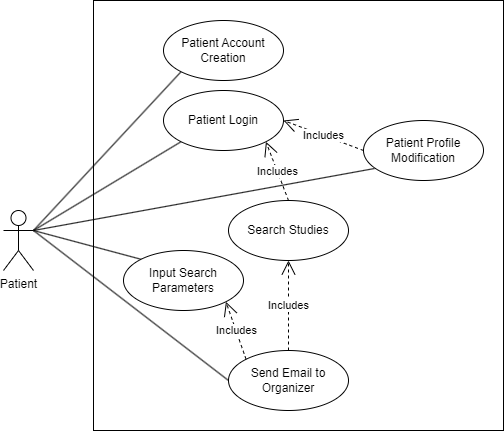
Before: docs/SRS/images/PatientUseCase.png, a diagram exported from draw.io (davimang/REACH). Source tidied: cells renumbered, new cells last; positions are measured from the earlier drawing's top-left corner, leaving out a move shared by most shapes.
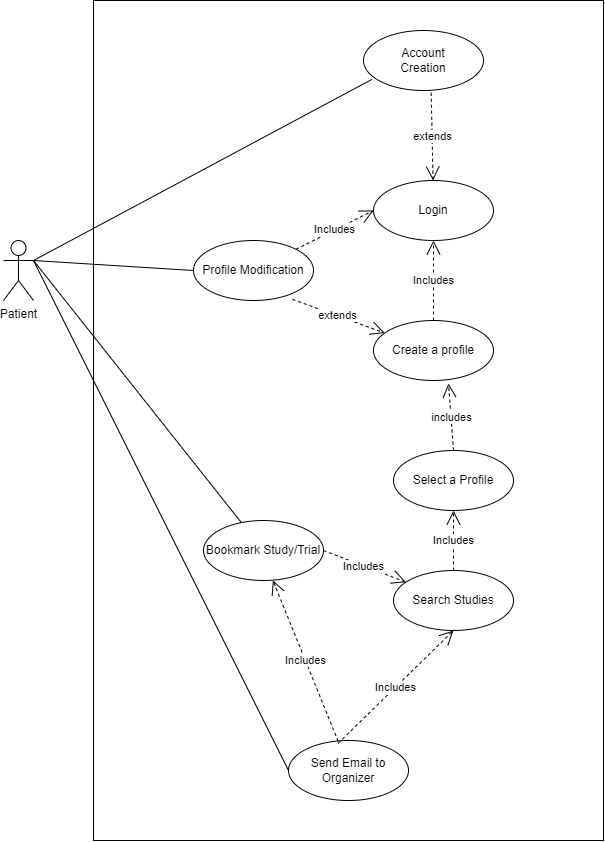
The same diagram one commit later.

Change to the diagram source:
```diff
@@ -3,55 +3,75 @@
     <mxCell id="0" />
     <mxCell id="1" parent="0" />
     <mxCell id="2" style="rounded=0;whiteSpace=wrap;html=1;" parent="1" vertex="1">
-      <mxGeometry x="90" width="410" height="430" as="geometry" />
+      <mxGeometry x="90" y="-30" width="510" height="840" as="geometry" />
     </mxCell>
-    <mxCell id="3" style="rounded=0;jettySize=auto;html=1;exitX=1;exitY=0.3333333333333333;exitDx=0;exitDy=0;exitPerimeter=0;entryX=0;entryY=1;entryDx=0;entryDy=0;endArrow=none;endFill=0;" parent="1" edge="1" source="8" target="9">
-      <mxGeometry relative="1" as="geometry" />
-    </mxCell>
-    <mxCell id="4" style="rounded=0;jettySize=auto;html=1;exitX=1;exitY=0.3333333333333333;exitDx=0;exitDy=0;exitPerimeter=0;entryX=0.092;entryY=0.8;entryDx=0;entryDy=0;endArrow=none;endFill=0;entryPerimeter=0;" parent="1" edge="1" source="8" target="14">
-      <mxGeometry relative="1" as="geometry" />
-    </mxCell>
-    <mxCell id="5" style="rounded=0;jettySize=auto;html=1;exitX=1;exitY=0.3333333333333333;exitDx=0;exitDy=0;exitPerimeter=0;entryX=0;entryY=1;entryDx=0;entryDy=0;endArrow=none;endFill=0;" parent="1" edge="1" source="8" target="10">
+    <mxCell id="5" style="rounded=0;jettySize=auto;html=1;exitX=1;exitY=0.3333333333333333;exitDx=0;exitDy=0;exitPerimeter=0;entryX=0;entryY=0.5;entryDx=0;entryDy=0;endArrow=none;endFill=0;" parent="1" edge="1" source="8" target="14">
       <mxGeometry relative="1" as="geometry" />
     </mxCell>
-    <mxCell id="6" style="rounded=0;jettySize=auto;html=1;exitX=1;exitY=0.3333333333333333;exitDx=0;exitDy=0;exitPerimeter=0;entryX=0;entryY=0;entryDx=0;entryDy=0;endArrow=none;endFill=0;" parent="1" edge="1" source="8" target="11">
-      <mxGeometry relative="1" as="geometry" />
-    </mxCell>
-    <mxCell id="7" style="rounded=0;jettySize=auto;html=1;exitX=1;exitY=0.3333333333333333;exitDx=0;exitDy=0;exitPerimeter=0;entryX=0;entryY=0.5;entryDx=0;entryDy=0;endArrow=none;endFill=0;" parent="1" edge="1" source="8" target="13">
-      <mxGeometry relative="1" as="geometry" />
-    </mxCell>
     <mxCell id="8" value="Patient" style="shape=umlActor;verticalLabelPosition=bottom;verticalAlign=top;html=1;outlineConnect=0;" parent="1" vertex="1">
       <mxGeometry y="210" width="30" height="60" as="geometry" />
     </mxCell>
-    <mxCell id="9" value="Patient Account&lt;br&gt;Creation" style="ellipse;whiteSpace=wrap;html=1;" parent="1" vertex="1">
-      <mxGeometry x="160" y="20" width="120" height="60" as="geometry" />
+    <mxCell id="9" value="Account&lt;br&gt;Creation" style="ellipse;whiteSpace=wrap;html=1;" parent="1" vertex="1">
+      <mxGeometry x="360" width="120" height="60" as="geometry" />
     </mxCell>
-    <mxCell id="10" value="Patient Login" style="ellipse;whiteSpace=wrap;html=1;" parent="1" vertex="1">
-      <mxGeometry x="160" y="90" width="120" height="60" as="geometry" />
+    <mxCell id="10" value="Login" style="ellipse;whiteSpace=wrap;html=1;" parent="1" vertex="1">
+      <mxGeometry x="370" y="150" width="120" height="60" as="geometry" />
     </mxCell>
-    <mxCell id="11" value="Input Search Parameters" style="ellipse;whiteSpace=wrap;html=1;" parent="1" vertex="1">
-      <mxGeometry x="120" y="250" width="120" height="60" as="geometry" />
-    </mxCell>
     <mxCell id="12" value="Search Studies" style="ellipse;whiteSpace=wrap;html=1;" parent="1" vertex="1">
-      <mxGeometry x="225" y="200" width="120" height="60" as="geometry" />
+      <mxGeometry x="390" y="540" width="120" height="60" as="geometry" />
     </mxCell>
     <mxCell id="13" value="Send Email to Organizer" style="ellipse;whiteSpace=wrap;html=1;" parent="1" vertex="1">
-      <mxGeometry x="225" y="350" width="120" height="60" as="geometry" />
+      <mxGeometry x="285" y="710" width="120" height="60" as="geometry" />
     </mxCell>
-    <mxCell id="14" value="Patient Profile Modification" style="ellipse;whiteSpace=wrap;html=1;" parent="1" vertex="1">
-      <mxGeometry x="360" y="120" width="120" height="60" as="geometry" />
+    <mxCell id="14" value="Profile Modification" style="ellipse;whiteSpace=wrap;html=1;" parent="1" vertex="1">
+      <mxGeometry x="190" y="210" width="120" height="60" as="geometry" />
     </mxCell>
-    <mxCell id="15" value="Includes" style="endArrow=open;endSize=12;dashed=1;html=1;rounded=0;exitX=0;exitY=0.5;exitDx=0;exitDy=0;entryX=1;entryY=0.5;entryDx=0;entryDy=0;" parent="1" edge="1" source="14" target="10">
+    <mxCell id="15" value="Includes" style="endArrow=open;endSize=12;dashed=1;html=1;rounded=0;exitX=1;exitY=0;exitDx=0;exitDy=0;entryX=0;entryY=0.5;entryDx=0;entryDy=0;" parent="1" edge="1" source="14" target="10">
       <mxGeometry relative="1" as="geometry" />
     </mxCell>
-    <mxCell id="16" value="Includes" style="endArrow=open;endSize=12;dashed=1;html=1;rounded=0;exitX=0.5;exitY=0;exitDx=0;exitDy=0;entryX=0.5;entryY=1;entryDx=0;entryDy=0;" parent="1" edge="1" source="13" target="12">
+    <mxCell id="16" value="Includes" style="endArrow=open;endSize=12;dashed=1;html=1;rounded=0;exitX=0.413;exitY=0.048;exitDx=0;exitDy=0;entryX=0.5;entryY=1;entryDx=0;entryDy=0;exitPerimeter=0;" parent="1" edge="1" source="13" target="12">
       <mxGeometry relative="1" as="geometry" />
     </mxCell>
-    <mxCell id="17" value="Includes" style="endArrow=open;endSize=12;dashed=1;html=1;rounded=0;exitX=0.5;exitY=0;exitDx=0;exitDy=0;entryX=1;entryY=1;entryDx=0;entryDy=0;" parent="1" edge="1" source="12" target="10">
-      <mxGeometry relative="1" as="geometry" />
-    </mxCell>
-    <mxCell id="18" value="Includes" style="endArrow=open;endSize=12;dashed=1;html=1;rounded=0;exitX=0;exitY=0;exitDx=0;exitDy=0;entryX=1;entryY=1;entryDx=0;entryDy=0;" parent="1" edge="1" source="13" target="11">
-      <mxGeometry relative="1" as="geometry" />
-    </mxCell>
+    <mxCell id="19" value="Select a Profile" style="ellipse;whiteSpace=wrap;html=1;" parent="1" vertex="1">
+      <mxGeometry x="390" y="420" width="120" height="60" as="geometry" />
+    </mxCell>
+    <mxCell id="20" value="extends" style="endArrow=open;endSize=12;dashed=1;html=1;rounded=0;exitX=0.564;exitY=1.037;exitDx=0;exitDy=0;exitPerimeter=0;" parent="1" edge="1" source="9" target="10">
+      <mxGeometry relative="1" as="geometry" />
+    </mxCell>
+    <mxCell id="21" value="Create a profile" style="ellipse;whiteSpace=wrap;html=1;" parent="1" vertex="1">
+      <mxGeometry x="370" y="290" width="120" height="60" as="geometry" />
+    </mxCell>
+    <mxCell id="22" value="extends" style="endArrow=open;endSize=12;dashed=1;html=1;rounded=0;exitX=0.825;exitY=0.981;exitDx=0;exitDy=0;exitPerimeter=0;" parent="1" edge="1" source="14" target="21">
+      <mxGeometry relative="1" as="geometry" />
+    </mxCell>
+    <mxCell id="23" value="Includes" style="endArrow=open;endSize=12;dashed=1;html=1;rounded=0;exitX=0.5;exitY=0;exitDx=0;exitDy=0;entryX=0.5;entryY=1;entryDx=0;entryDy=0;" parent="1" edge="1" source="12" target="19">
+      <mxGeometry relative="1" as="geometry" />
+    </mxCell>
+    <mxCell id="24" value="includes" style="endArrow=open;endSize=12;dashed=1;html=1;rounded=0;exitX=0.5;exitY=0;exitDx=0;exitDy=0;entryX=0.625;entryY=1.05;entryDx=0;entryDy=0;entryPerimeter=0;" parent="1" edge="1" source="19" target="21">
+      <mxGeometry relative="1" as="geometry" />
+    </mxCell>
+    <mxCell id="25" value="Includes" style="endArrow=open;endSize=12;dashed=1;html=1;rounded=0;" parent="1" edge="1" source="21" target="10">
+      <mxGeometry relative="1" as="geometry" />
+    </mxCell>
+    <mxCell id="26" value="Bookmark Study/Trial" style="ellipse;whiteSpace=wrap;html=1;" parent="1" vertex="1">
+      <mxGeometry x="200" y="490" width="120" height="60" as="geometry" />
+    </mxCell>
+    <mxCell id="27" value="Includes" style="endArrow=open;endSize=12;dashed=1;html=1;rounded=0;exitX=1;exitY=0.5;exitDx=0;exitDy=0;" parent="1" edge="1" source="26" target="12">
+      <mxGeometry relative="1" as="geometry" />
+    </mxCell>
+    <mxCell id="28" value="Includes" style="endArrow=open;endSize=12;dashed=1;html=1;rounded=0;exitX=0.414;exitY=0.013;exitDx=0;exitDy=0;entryX=0.578;entryY=0.998;entryDx=0;entryDy=0;entryPerimeter=0;exitPerimeter=0;" parent="1" edge="1" source="13" target="26">
+      <mxGeometry relative="1" as="geometry" />
+    </mxCell>
+    <mxCell id="29" style="rounded=0;jettySize=auto;html=1;exitX=1;exitY=0.3333333333333333;exitDx=0;exitDy=0;exitPerimeter=0;endArrow=none;endFill=0;" parent="1" edge="1" source="8" target="26">
+      <mxGeometry relative="1" as="geometry" />
+    </mxCell>
+    <mxCell id="3" style="rounded=0;jettySize=auto;html=1;exitX=1;exitY=0.3333333333333333;exitDx=0;exitDy=0;exitPerimeter=0;entryX=0.071;entryY=0.814;entryDx=0;entryDy=0;endArrow=none;endFill=0;entryPerimeter=0;" parent="1" edge="1" source="8" target="9">
+      <mxGeometry relative="1" as="geometry" />
+    </mxCell>
+    <mxCell id="30" style="rounded=0;jettySize=auto;html=1;entryX=0;entryY=0.5;entryDx=0;entryDy=0;endArrow=none;endFill=0;" parent="1" edge="1" target="13">
+      <mxGeometry relative="1" as="geometry">
+        <mxPoint x="30" y="230" as="sourcePoint" />
+      </mxGeometry>
+    </mxCell>
   </root>
 </mxGraphModel>
```
